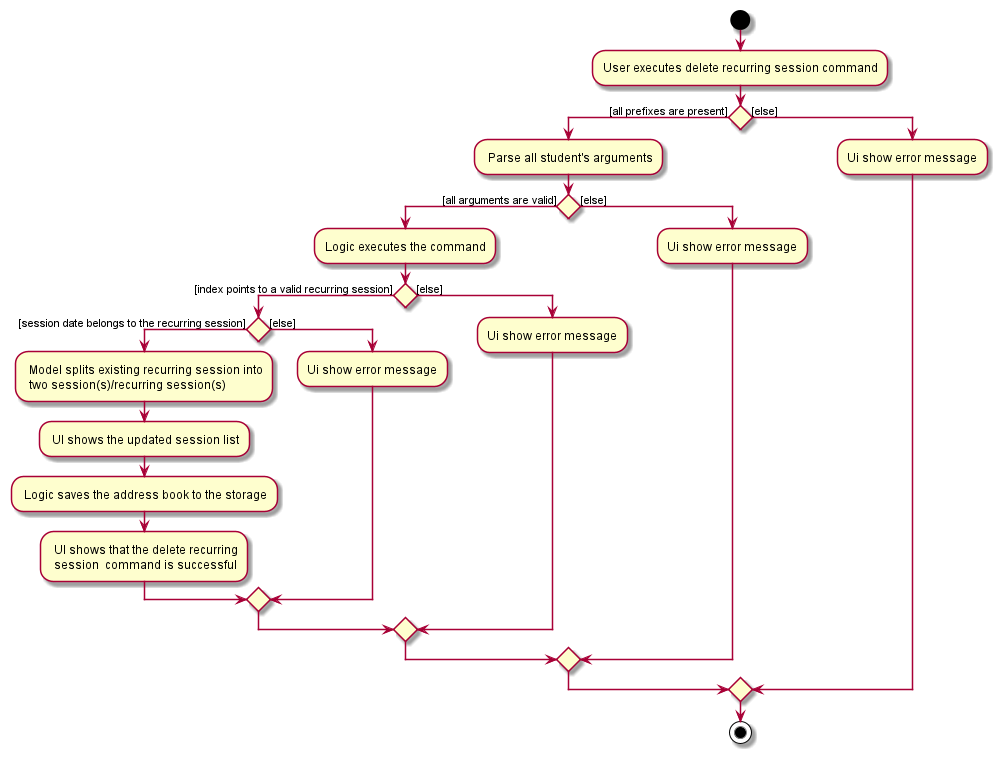
Above: docs/images/choonwei/DeleteRecurringSessionActivityDiagram.png in nus-cs2103-AY2021S2/tp (PlantUML), before the change.
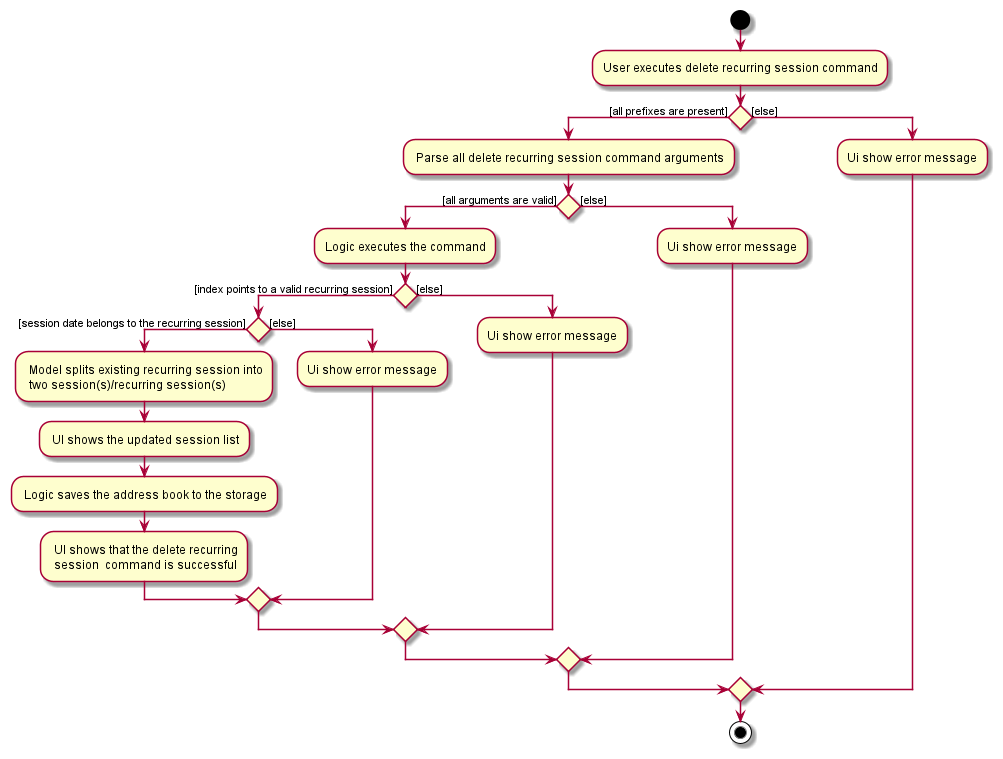
The same file after the commit.

Change to the diagram source:
```diff
@@ -4,7 +4,7 @@
 
 
 if () then ([all prefixes are present])
-    : Parse all student's arguments;
+    : Parse all delete recurring session command arguments;
     if () then ([all arguments are valid])
         :Logic executes the command;
         if () then ([index points to a valid recurring session])
```
